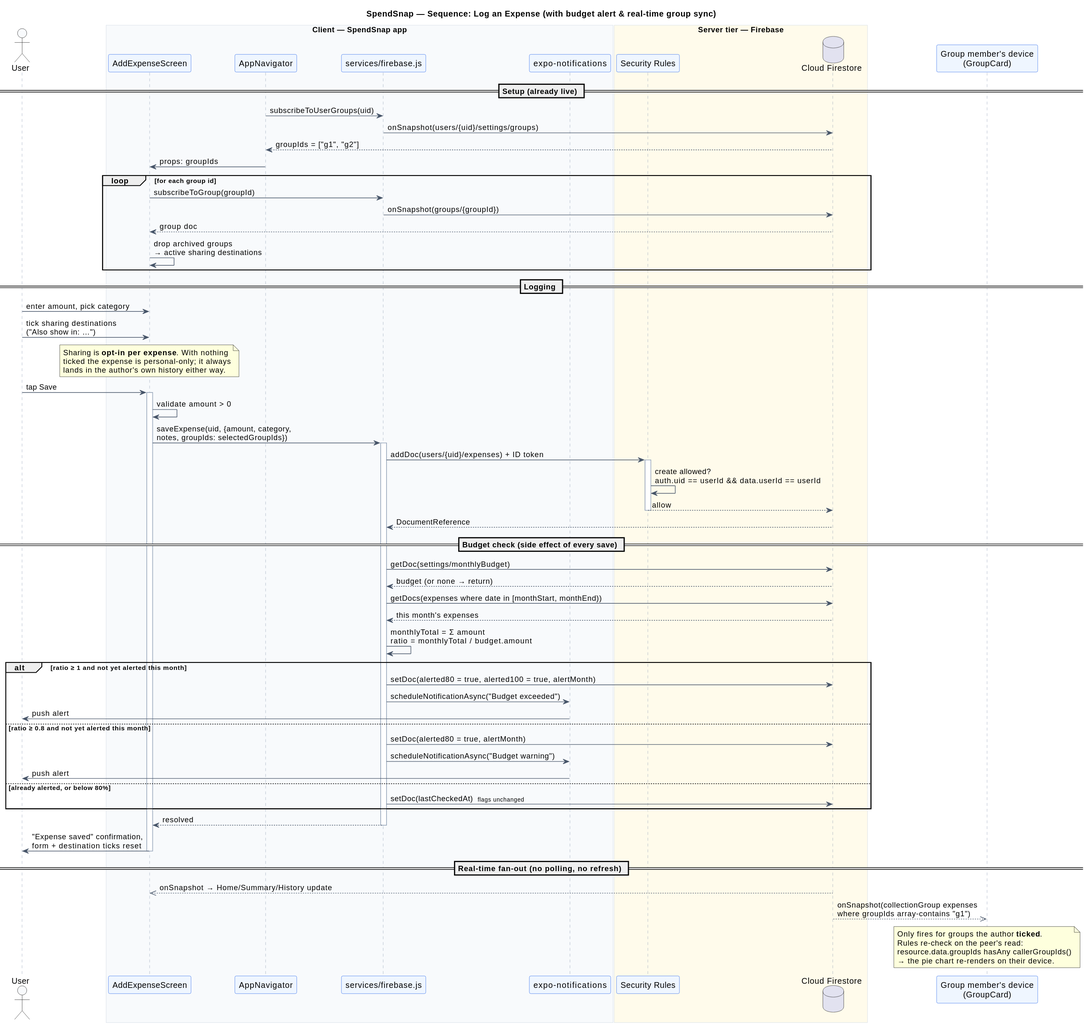
This is docs/diagrams/svg/04-sequence-add-expense.svg from GeraldFSE/SpendSnap, a PlantUML export, as it was before one commit. Its diagram source:
```plantuml
@startuml

title SpendSnap — Sequence: Log an Expense (with budget alert & real-time group sync)

skinparam backgroundColor #FFFFFF
skinparam shadowing false
skinparam ArrowColor #475569
skinparam sequence {
  ParticipantBackgroundColor #EFF6FF
  ParticipantBorderColor #2563EB
  ActorBackgroundColor #F8FAFC
  LifeLineBorderColor #94A3B8
  BoxBorderColor #CBD5E1
  BoxBackgroundColor #F8FAFC
}

actor "User" as U
box "Client — SpendSnap app" #F8FAFC
  participant "AddExpenseScreen" as SCR
  participant "AppNavigator" as NAV
  participant "services/firebase.js" as SVC
  participant "expo-notifications" as NOTIF
end box
box "Server tier — Firebase" #FFFBEB
  participant "Security Rules" as RULES
  database "Cloud Firestore" as FS
end box
participant "Group member's device\n(GroupCard)" as PEER

== Setup (already live) ==
NAV -> SVC : subscribeToUserGroups(uid)
SVC -> FS : onSnapshot(users/{uid}/settings/groups)
FS --> NAV : groupIds = ["g1", "g2"]
NAV -> SCR : props: groupIds

loop for each group id
  SCR -> SVC : subscribeToGroup(groupId)
  SVC -> FS : onSnapshot(groups/{groupId})
  FS --> SCR : group doc
  SCR -> SCR : drop archived groups\n→ active sharing destinations
end

== Logging ==
U -> SCR : enter amount, pick category
U -> SCR : tick sharing destinations\n("Also show in: …")
note over SCR
  Sharing is **opt-in per expense**. With nothing
  ticked the expense is personal-only; it always
  lands in the author's own history either way.
end note
U -> SCR : tap Save
activate SCR
SCR -> SCR : validate amount > 0
SCR -> SVC : saveExpense(uid, {amount, category,\nnotes, groupIds: selectedGroupIds})
activate SVC

SVC -> RULES : addDoc(users/{uid}/expenses) + ID token
activate RULES
RULES -> RULES : create allowed?\nauth.uid == userId && data.userId == userId
RULES --> FS : allow
deactivate RULES
FS --> SVC : DocumentReference

== Budget check (side effect of every save) ==
SVC -> FS : getDoc(settings/monthlyBudget)
FS --> SVC : budget (or none → return)
SVC -> FS : getDocs(expenses where date in [monthStart, monthEnd))
FS --> SVC : this month's expenses
SVC -> SVC : monthlyTotal = Σ amount\nratio = monthlyTotal / budget.amount

alt ratio ≥ 1 and not yet alerted this month
  SVC -> FS : setDoc(alerted80 = true, alerted100 = true, alertMonth)
  SVC -> NOTIF : scheduleNotificationAsync("Budget exceeded")
  NOTIF -> U : push alert
else ratio ≥ 0.8 and not yet alerted this month
  SVC -> FS : setDoc(alerted80 = true, alertMonth)
  SVC -> NOTIF : scheduleNotificationAsync("Budget warning")
  NOTIF -> U : push alert
else already alerted, or below 80%
  SVC -> FS : setDoc(lastCheckedAt)  <size:10>flags unchanged</size>
end

SVC --> SCR : resolved
deactivate SVC
SCR -> U : "Expense saved" confirmation,\nform + destination ticks reset
deactivate SCR

== Real-time fan-out (no polling, no refresh) ==
FS -->> SCR : onSnapshot → Home/Summary/History update
FS -->> PEER : onSnapshot(collectionGroup expenses\nwhere groupIds array-contains "g1")
note over PEER
  Only fires for groups the author **ticked**.
  Rules re-check on the peer's read:
  resource.data.groupIds hasAny callerGroupIds()
  → the pie chart re-renders on their device.
end note
@enduml
```
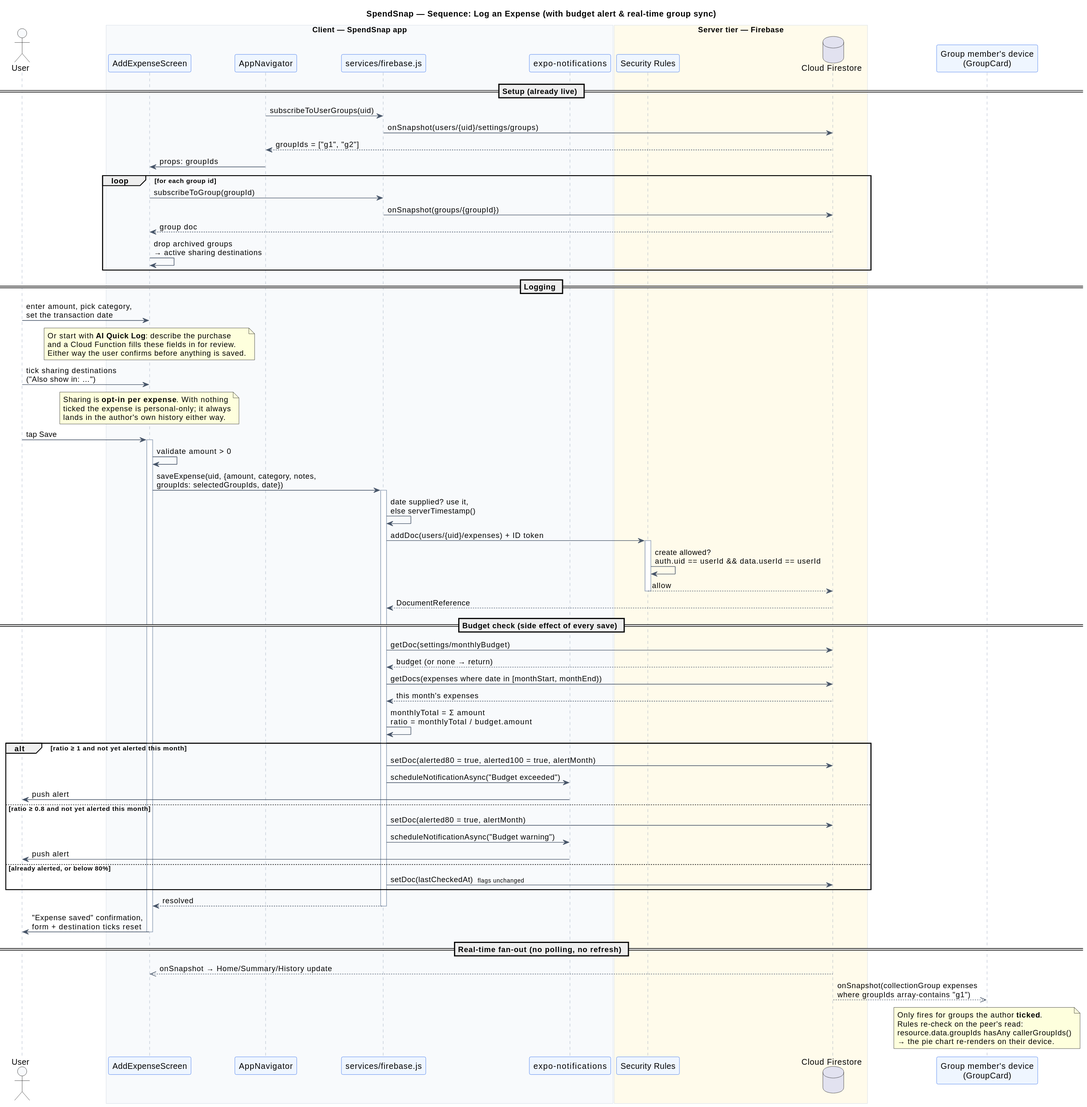
Above is the later version.

The edit, as a diff of the source:
```diff
@@ -41,7 +41,12 @@
 end
 
 == Logging ==
-U -> SCR : enter amount, pick category
+U -> SCR : enter amount, pick category,\nset the transaction date
+note over SCR
+  Or start with **AI Quick Log**: describe the purchase
+  and a Cloud Function fills these fields in for review.
+  Either way the user confirms before anything is saved.
+end note
 U -> SCR : tick sharing destinations\n("Also show in: …")
 note over SCR
   Sharing is **opt-in per expense**. With nothing
@@ -51,9 +56,10 @@
 U -> SCR : tap Save
 activate SCR
 SCR -> SCR : validate amount > 0
-SCR -> SVC : saveExpense(uid, {amount, category,\nnotes, groupIds: selectedGroupIds})
+SCR -> SVC : saveExpense(uid, {amount, category, notes,\ngroupIds: selectedGroupIds, date})
 activate SVC
 
+SVC -> SVC : date supplied? use it,\nelse serverTimestamp()
 SVC -> RULES : addDoc(users/{uid}/expenses) + ID token
 activate RULES
 RULES -> RULES : create allowed?\nauth.uid == userId && data.userId == userId
```
